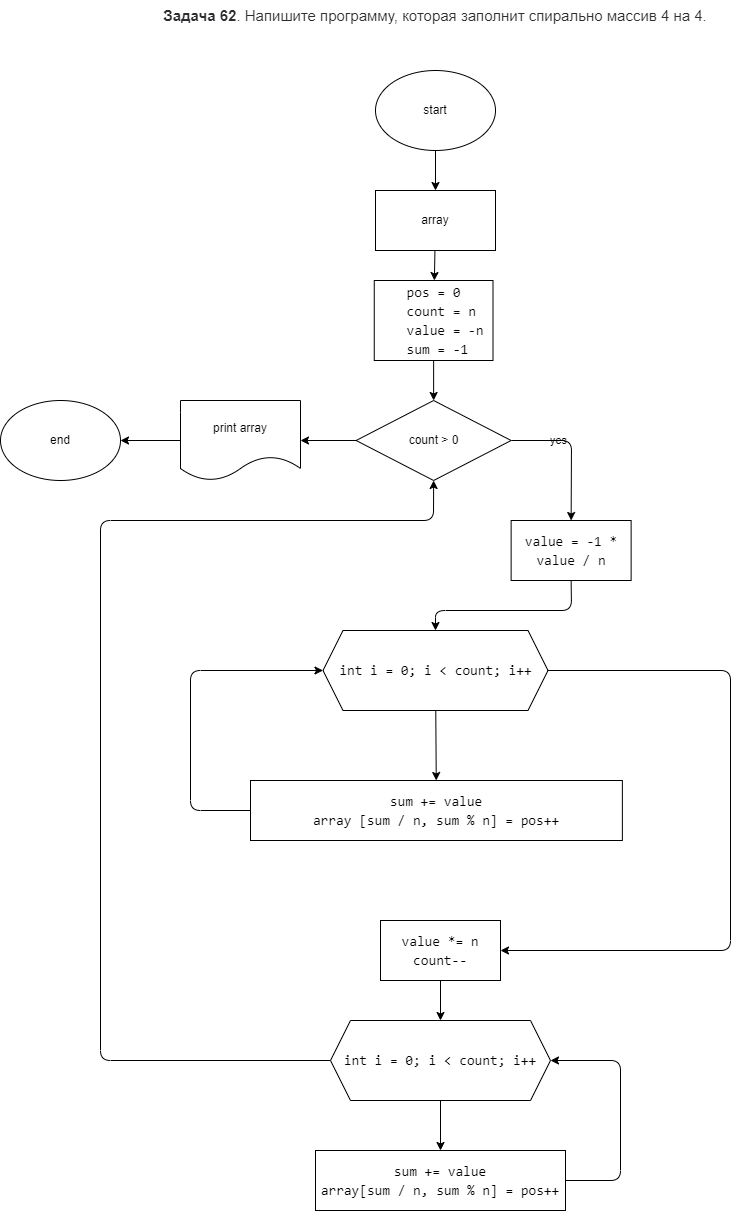
This is Homework8/Task62/diagram.drawio.png from Matsulevich-Olga/gb_homeworks_matsulevich, a draw.io export, as it was before one commit. Source tidied: cells renumbered, new cells last; positions are measured from the earlier drawing's top-left corner, leaving out a move shared by most shapes.
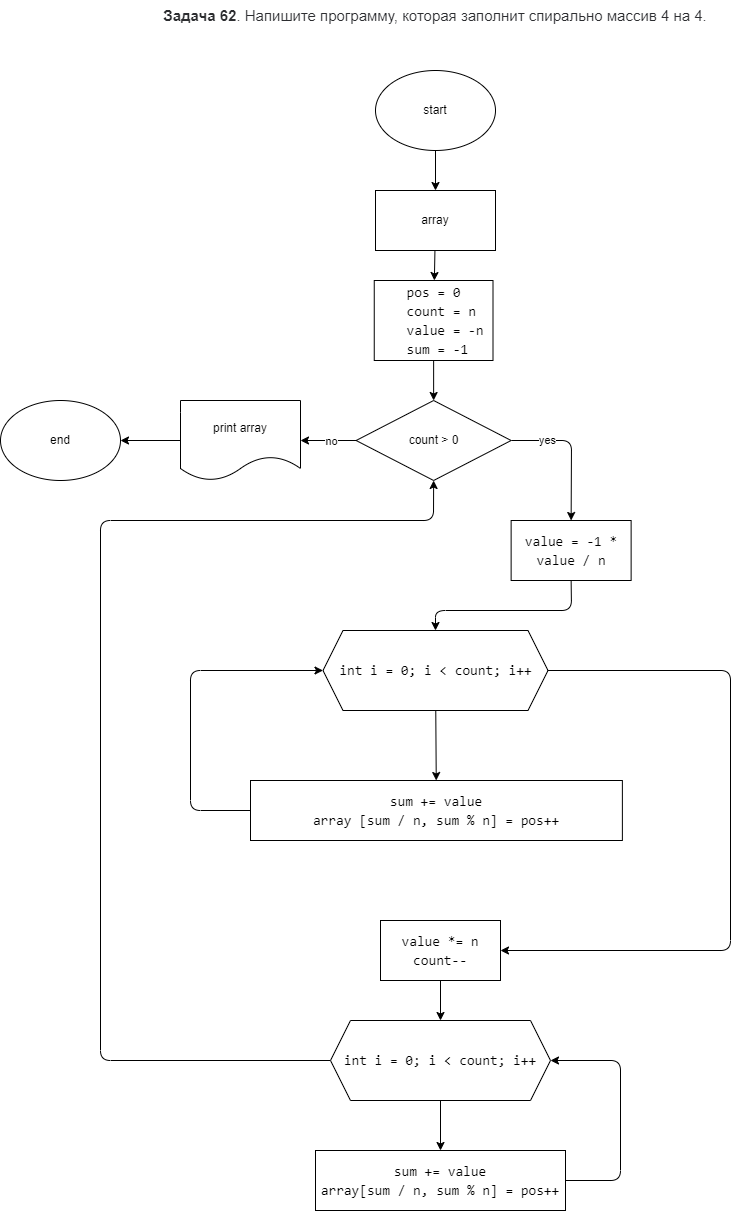
The same file after the commit.

Diff of the diagram source:
```diff
@@ -30,14 +30,15 @@
         </Array>
       </mxGeometry>
     </mxCell>
-    <mxCell id="10" value="yes" style="edgeLabel;html=1;align=center;verticalAlign=middle;fontColor=#000000;labelBackgroundColor=none;" parent="9" vertex="1">
-      <mxGeometry x="-0.32" y="-5" relative="1" as="geometry">
-        <mxPoint y="-5" as="offset" />
-      </mxGeometry>
+    <mxCell id="10" value="yes" style="edgeLabel;html=1;align=center;verticalAlign=middle;fontColor=#000000;" parent="9" vertex="1">
+      <mxGeometry x="-0.48" relative="1" as="geometry" />
     </mxCell>
     <mxCell id="11" style="edgeStyle=none;html=1;fontColor=#FFFFFF;" parent="1" edge="1" source="12" target="28">
       <mxGeometry relative="1" as="geometry" />
     </mxCell>
+    <mxCell id="30" value="no" style="edgeLabel;html=1;align=center;verticalAlign=middle;fontColor=#000000;" parent="11" vertex="1">
+      <mxGeometry x="-0.1" y="1" relative="1" as="geometry" />
+    </mxCell>
     <mxCell id="12" value="count &amp;gt; 0" style="rhombus;whiteSpace=wrap;html=1;labelBackgroundColor=none;fontColor=#000000;fillColor=default;" parent="1" vertex="1">
       <mxGeometry x="355.6" y="400" width="155" height="80" as="geometry" />
     </mxCell>
```
